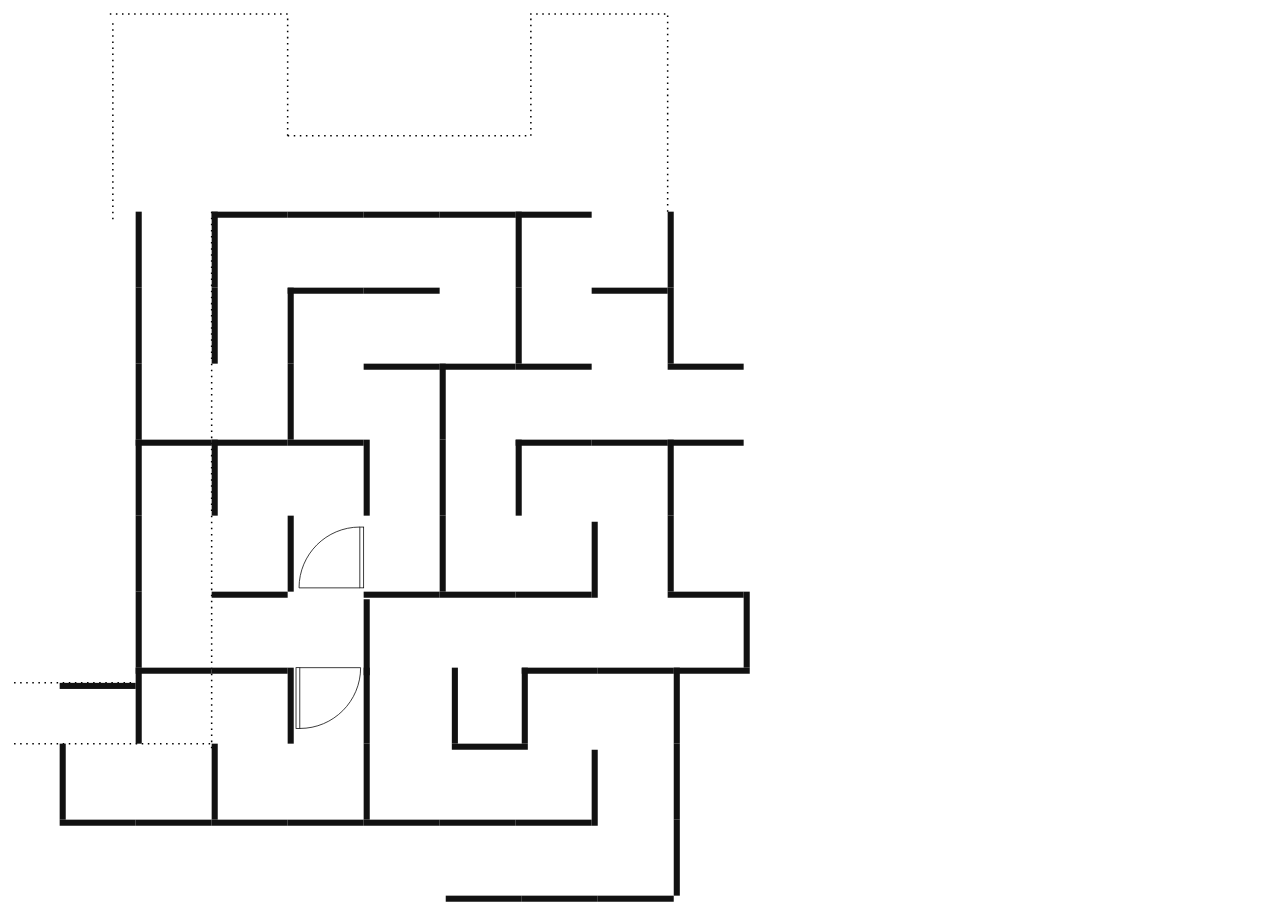
This is 2026_yard_haunt.drawio from mindblender/2026-yard-haunt, a draw.io file, before an edit. Source tidied: cells renumbered, new cells numbered last; positions are measured from the earlier drawing's top-left corner, leaving out a move shared by most shapes. Both pictures are drawn from the tidied source at 76%, with x=0, y=0 at pixel (14, 14). Pictures stored in the file or linked from it are replaced by grey dashed boxes.
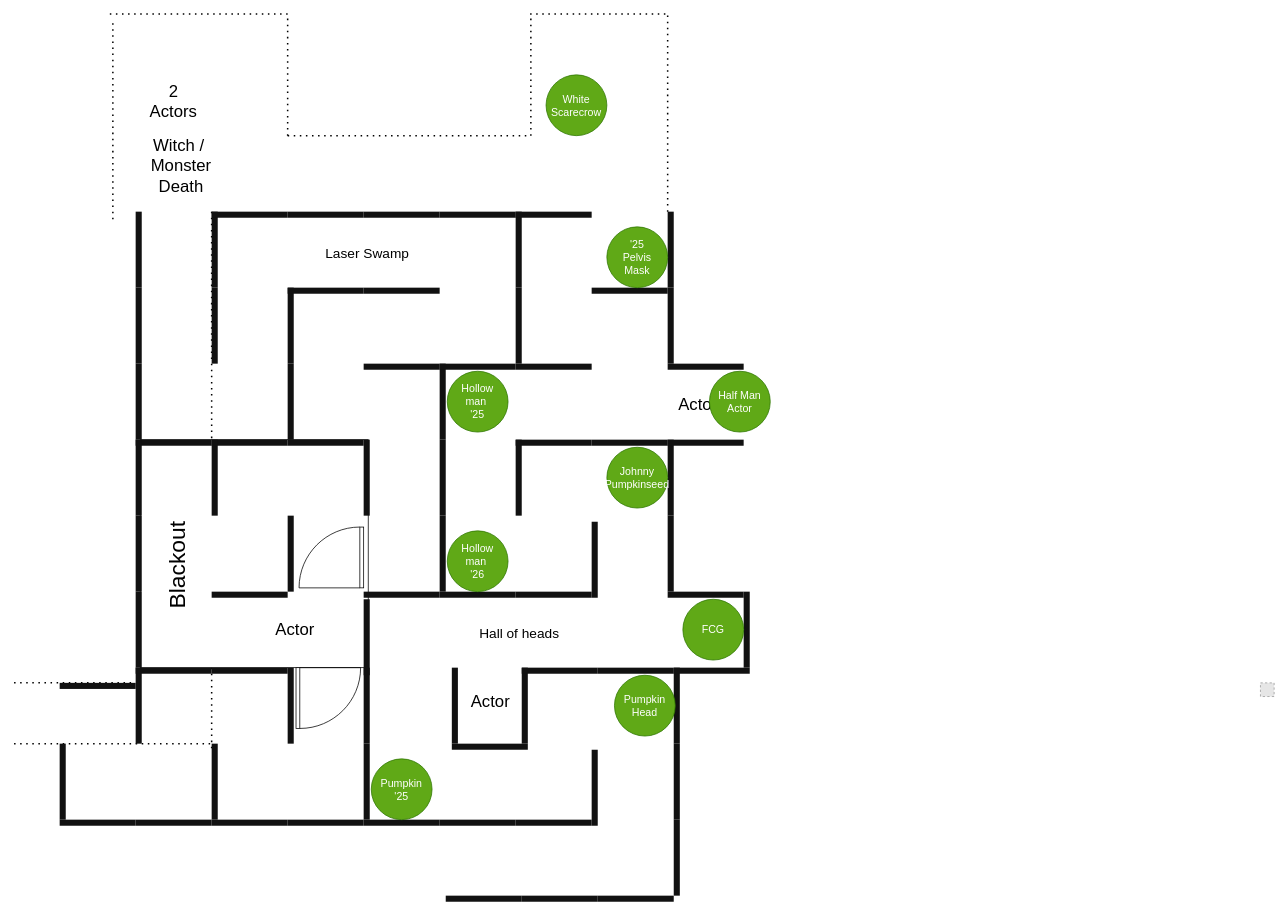
After the change.

Commit message:
dded blackout areaUpdate 2026_yard_haunt.drawio

What changed in the source:
```diff
@@
+    <mxCell id="94" parent="0" />
+    <mxCell id="95" style="whiteSpace=wrap;html=1;" parent="94" vertex="1">
+      <mxGeometry x="166" y="560" width="300" height="300" as="geometry" />
+    </mxCell>
@@
+    <mxCell id="96" parent="0" />
+    <mxCell id="97" value="&lt;font style=&quot;font-size: 22px;&quot;&gt;Actor&lt;/font&gt;" style="text;html=1;whiteSpace=wrap;strokeColor=none;fillColor=none;align=center;verticalAlign=middle;rounded=0;fontColor=light-dark(#000000,#FFD966);" parent="96" vertex="1">
+      <mxGeometry x="597" y="890" width="60" height="30" as="geometry" />
+    </mxCell>
+    <mxCell id="98" value="&lt;font style=&quot;font-size: 22px;&quot;&gt;Actor&lt;/font&gt;" style="text;html=1;whiteSpace=wrap;strokeColor=none;fillColor=none;align=center;verticalAlign=middle;rounded=0;fontColor=light-dark(#000000,#FFD966);" parent="96" vertex="1">
+      <mxGeometry x="870" y="500" width="60" height="30" as="geometry" />
+    </mxCell>
+    <mxCell id="99" value="&lt;font style=&quot;font-size: 22px;&quot;&gt;2 Actors&lt;/font&gt;" style="text;html=1;whiteSpace=wrap;strokeColor=none;fillColor=none;align=center;verticalAlign=middle;rounded=0;fontColor=light-dark(#000000,#FFD966);" parent="96" vertex="1">
+      <mxGeometry x="180" y="90" width="60" height="50" as="geometry" />
+    </mxCell>
+    <mxCell id="100" value="&lt;div&gt;Witch /&amp;nbsp;&lt;/div&gt;&lt;div&gt;Monster Death&lt;/div&gt;" style="text;html=1;whiteSpace=wrap;strokeColor=none;fillColor=none;align=center;verticalAlign=middle;rounded=0;fontSize=22;" parent="96" vertex="1">
+      <mxGeometry x="160" y="160" width="120" height="80" as="geometry" />
+    </mxCell>
+    <mxCell id="101" parent="0" />
+    <mxCell id="102" value="Hollow&lt;br&gt;man&amp;nbsp;&lt;br&gt;'25" style="ellipse;whiteSpace=wrap;html=1;shapeInside=1;verticalAlign=middle;fontSize=14;fillColor=#60a917;fontColor=#ffffff;strokeColor=#2D7600;" parent="101" vertex="1">
+      <mxGeometry x="570" y="470" width="80" height="80" as="geometry" />
+    </mxCell>
+    <mxCell id="103" value="Hollow&lt;br&gt;man&amp;nbsp;&lt;br&gt;'26" style="ellipse;whiteSpace=wrap;html=1;shapeInside=1;verticalAlign=middle;fontSize=14;fillColor=#60a917;fontColor=#ffffff;strokeColor=#2D7600;" parent="101" vertex="1">
+      <mxGeometry x="570" y="680" width="80" height="80" as="geometry" />
+    </mxCell>
+    <mxCell id="104" value="Pumpkin&lt;br&gt;'25" style="ellipse;whiteSpace=wrap;html=1;shapeInside=1;verticalAlign=middle;fontSize=14;fillColor=#60a917;fontColor=#ffffff;strokeColor=#2D7600;" parent="101" vertex="1">
+      <mxGeometry x="470" y="980" width="80" height="80" as="geometry" />
+    </mxCell>
+    <mxCell id="105" value="Hall of heads" style="text;html=1;whiteSpace=wrap;strokeColor=none;fillColor=none;align=center;verticalAlign=middle;rounded=0;fontSize=18;" parent="101" vertex="1">
+      <mxGeometry x="490" y="800" width="350" height="30" as="geometry" />
+    </mxCell>
+    <mxCell id="106" value="Pumpkin&lt;br&gt;Head" style="ellipse;whiteSpace=wrap;html=1;shapeInside=1;verticalAlign=middle;fontSize=14;fillColor=#60a917;fontColor=#ffffff;strokeColor=#2D7600;" parent="101" vertex="1">
+      <mxGeometry x="790" y="870" width="80" height="80" as="geometry" />
+    </mxCell>
+    <mxCell id="107" value="Johnny&lt;br&gt;Pumpkinseed" style="ellipse;whiteSpace=wrap;html=1;shapeInside=1;verticalAlign=middle;fontSize=14;fillColor=#60a917;fontColor=#ffffff;strokeColor=#2D7600;" parent="101" vertex="1">
+      <mxGeometry x="780" y="570" width="80" height="80" as="geometry" />
+    </mxCell>
+    <mxCell id="108" value="'25&lt;br&gt;Pelvis&lt;br&gt;Mask" style="ellipse;whiteSpace=wrap;html=1;shapeInside=1;verticalAlign=middle;fontSize=14;fillColor=#60a917;fontColor=#ffffff;strokeColor=#2D7600;" parent="101" vertex="1">
+      <mxGeometry x="780" y="280" width="80" height="80" as="geometry" />
+    </mxCell>
+    <mxCell id="109" value="Laser Swamp" style="text;html=1;whiteSpace=wrap;strokeColor=none;fillColor=none;align=center;verticalAlign=middle;rounded=0;fontSize=18;" parent="101" vertex="1">
+      <mxGeometry x="290" y="300" width="350" height="30" as="geometry" />
+    </mxCell>
+    <mxCell id="110" value="Half Man&lt;br&gt;Actor" style="ellipse;whiteSpace=wrap;html=1;shapeInside=1;verticalAlign=middle;fontSize=14;fillColor=#60a917;fontColor=#ffffff;strokeColor=#2D7600;" parent="101" vertex="1">
+      <mxGeometry x="915" y="470" width="80" height="80" as="geometry" />
+    </mxCell>
+    <mxCell id="111" value="FCG" style="ellipse;whiteSpace=wrap;html=1;shapeInside=1;verticalAlign=middle;fontSize=14;fillColor=#60a917;fontColor=#ffffff;strokeColor=#2D7600;" parent="101" vertex="1">
+      <mxGeometry x="880" y="770" width="80" height="80" as="geometry" />
+    </mxCell>
+    <mxCell id="112" value="&lt;font style=&quot;font-size: 22px;&quot;&gt;Actor&lt;/font&gt;" style="text;html=1;whiteSpace=wrap;strokeColor=none;fillColor=none;align=center;verticalAlign=middle;rounded=0;fontColor=light-dark(#000000,#FFD966);" parent="101" vertex="1">
+      <mxGeometry x="340" y="795" width="60" height="30" as="geometry" />
+    </mxCell>
+    <mxCell id="113" value="White&lt;br&gt;Scarecrow" style="ellipse;whiteSpace=wrap;html=1;shapeInside=1;verticalAlign=middle;fontSize=14;fillColor=#60a917;fontColor=#ffffff;strokeColor=#2D7600;" parent="101" vertex="1">
+      <mxGeometry x="700" y="80" width="80" height="80" as="geometry" />
+    </mxCell>
+    <mxCell id="114" style="fillColor=#E6E6E6;strokeColor=#999999;dashed=1;verticalLabelPosition=bottom;labelBackgroundColor=default;verticalAlign=top;" parent="101" vertex="1">
+      <mxGeometry x="1640" y="880" width="18" height="18" as="geometry" />
+    </mxCell>
+    <mxCell id="115" value="Blackout" style="text;html=1;whiteSpace=wrap;strokeColor=none;fillColor=none;align=center;verticalAlign=middle;rounded=0;fontSize=30;rotation=-90;" parent="101" vertex="1">
+      <mxGeometry x="90" y="710" width="250" height="30" as="geometry" />
+    </mxCell>
```
